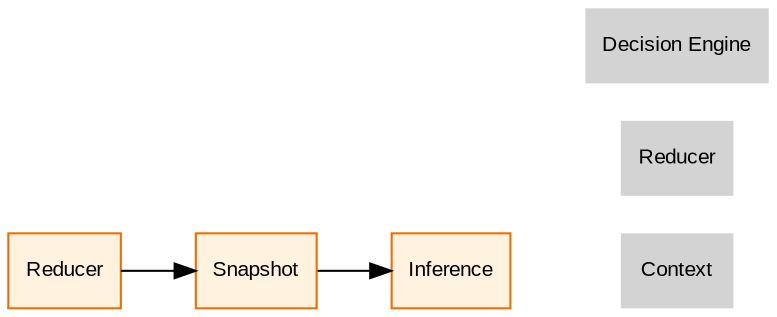
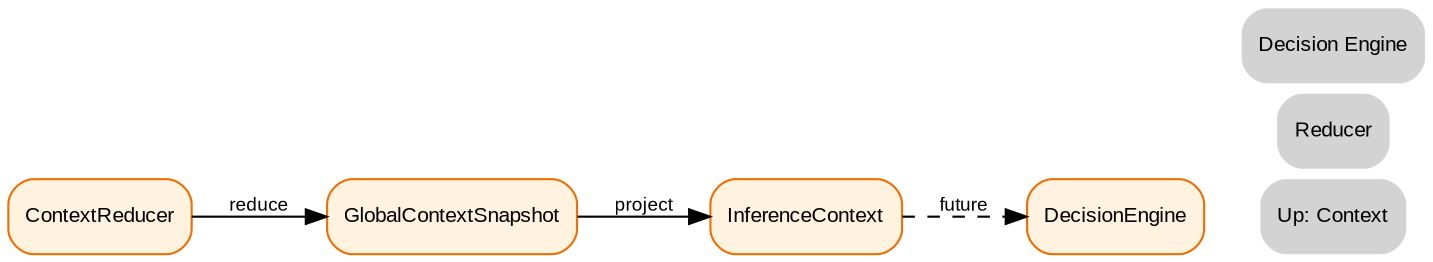
digraph Snapshot {
+     // ROADMAP_ID: context.snapshot
+     // ROADMAP_PARENT: context/20_context.dot
+     // ROADMAP_NOTE[phase2_4c]:
+     // Snapshot et InferenceContext restent dans le même niveau context/ pour
+     // éviter deux chemins concurrents vers le même détail.
+ 
    rankdir=LR;
-     node [shape=box, style=filled, fontname="Arial", fontsize=10];
+     node [shape=box, style="rounded,filled", fontname="Arial", fontsize=10];
+     edge [fontname="Arial", fontsize=9];

-     Reducer [fillcolor="#fff3e0", color="#ef6c00", URL="../reducer/22_reducer.svg"];
-     Snapshot [fillcolor="#fff3e0", color="#ef6c00", URL="../20_context.svg"];
-     Inference [fillcolor="#fff3e0", color="#ef6c00", URL="../20_context.svg"];
+     Reducer [label="ContextReducer", fillcolor="#fff3e0", color="#ef6c00", URL="22_reducer.svg"];
+     Snapshot [label="GlobalContextSnapshot", fillcolor="#fff3e0", color="#ef6c00", URL="20_context.svg"];
+     Inference [label="InferenceContext", fillcolor="#fff3e0", color="#ef6c00", URL="20_context.svg"];
+     Decision [label="DecisionEngine", fillcolor="#fff3e0", color="#ef6c00", URL="24_decision_engine.svg"];

-     // Edges
-     Reducer -> Snapshot;   // Réduction → Snapshot
-     Snapshot -> Inference; // Snapshot → InferenceContext
+     Reducer -> Snapshot [label="reduce"];
+     Snapshot -> Inference [label="project"];
+     Inference -> Decision [style=dashed, label="future"];

-     // Navigation
-     Nav_Context [label="Context", shape=plaintext, URL="../20_context.svg"];
-     Nav_Reducer [label="Reducer", shape=plaintext, URL="../reducer/22_reducer.svg"];
-     Nav_Decision [label="Decision Engine", shape=plaintext, URL="../decision_engine/24_decision_engine.svg"];
+     Nav_Context [label="Up: Context", shape=plaintext, URL="20_context.svg"];
+     Nav_Reducer [label="Reducer", shape=plaintext, URL="22_reducer.svg"];
+     Nav_Decision [label="Decision Engine", shape=plaintext, URL="24_decision_engine.svg"];
+ 
    { rank=sink; Nav_Context; Nav_Reducer; Nav_Decision; }
}
